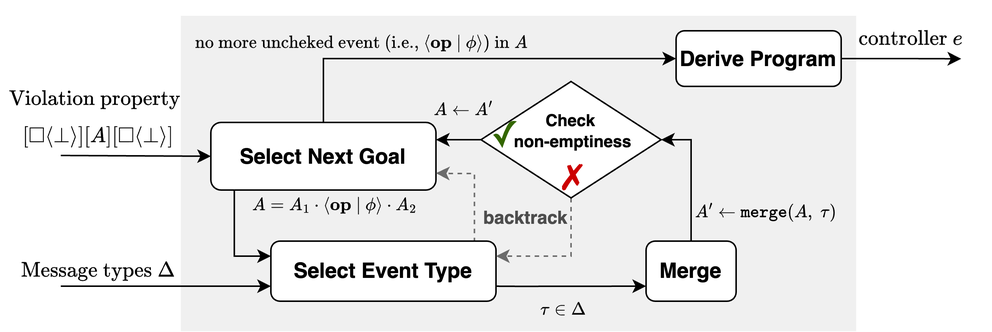
The draw.io diagram figures/intuition-plan-syn.drawio.png in zhezhouzz/PLDI25-HAT-Planing, before a commit. Source tidied: cells renumbered, new cells last; positions are measured from the earlier drawing's top-left corner, leaving out a move shared by most shapes.
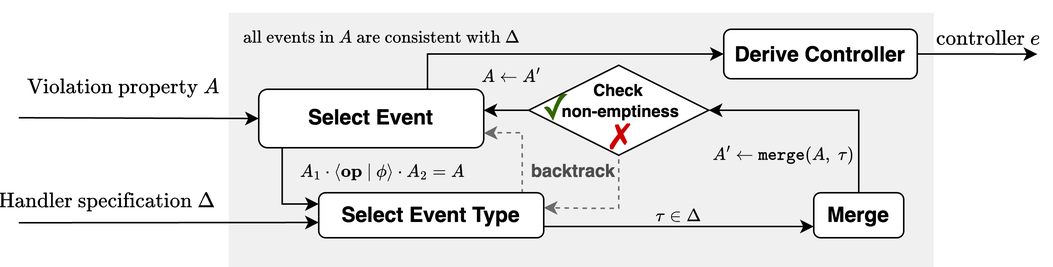
The same diagram one commit later.

Change to the diagram source:
```diff
@@ -3,107 +3,107 @@
     <mxCell id="0" />
     <mxCell id="1" parent="0" />
     <mxCell id="2" style="rounded=0;whiteSpace=wrap;html=1;strokeColor=none;fillColor=#F0F0F0;" parent="1" vertex="1">
-      <mxGeometry x="120" y="10" width="450" height="210" as="geometry" />
+      <mxGeometry x="111" y="30" width="470" height="170" as="geometry" />
     </mxCell>
-    <mxCell id="3" value="$$ [\square\langle\bot\rangle][A][\square\langle\bot\rangle]$$" style="text;html=1;align=center;verticalAlign=middle;whiteSpace=wrap;rounded=0;" parent="1" vertex="1">
-      <mxGeometry y="75" width="130" height="30" as="geometry" />
-    </mxCell>
     <mxCell id="4" value="$$\tau \in \Delta$$" style="text;html=1;align=center;verticalAlign=middle;whiteSpace=wrap;rounded=0;fontSize=10;" parent="1" vertex="1">
-      <mxGeometry x="295" y="190" width="160" height="30" as="geometry" />
+      <mxGeometry x="331" y="150" width="160" height="30" as="geometry" />
     </mxCell>
-    <mxCell id="5" value="$$A = A_1 \cdot \langle \mathbf{op} ~|~ \phi \rangle&amp;nbsp;\cdot A_2$$" style="text;html=1;align=center;verticalAlign=middle;whiteSpace=wrap;rounded=0;fontSize=10;" parent="1" vertex="1">
-      <mxGeometry x="170" y="121" width="105" height="30" as="geometry" />
+    <mxCell id="5" value="$$A_1 \cdot \langle \mathbf{op} ~|~ \phi \rangle&amp;nbsp;\cdot A_2 = A$$" style="text;html=1;align=center;verticalAlign=middle;whiteSpace=wrap;rounded=0;fontSize=10;" parent="1" vertex="1">
+      <mxGeometry x="161" y="121" width="105" height="30" as="geometry" />
     </mxCell>
     <mxCell id="6" style="edgeStyle=orthogonalEdgeStyle;rounded=0;jettySize=auto;html=1;exitX=0.104;exitY=0.97;exitDx=0;exitDy=0;entryX=0;entryY=0.25;entryDx=0;entryDy=0;exitPerimeter=0;" parent="1" edge="1" source="8" target="11">
       <mxGeometry relative="1" as="geometry" />
     </mxCell>
-    <mxCell id="7" style="edgeStyle=orthogonalEdgeStyle;rounded=0;jettySize=auto;html=1;exitX=0.5;exitY=0;exitDx=0;exitDy=0;entryX=0;entryY=0.5;entryDx=0;entryDy=0;" parent="1" edge="1" source="8" target="22">
+    <mxCell id="7" style="edgeStyle=orthogonalEdgeStyle;rounded=0;jettySize=auto;html=1;exitX=0.75;exitY=0;exitDx=0;exitDy=0;entryX=0;entryY=0.5;entryDx=0;entryDy=0;" parent="1" edge="1" source="8" target="22">
       <mxGeometry relative="1" as="geometry" />
     </mxCell>
-    <mxCell id="8" value="&lt;b&gt;&lt;font style=&quot;font-size: 14px;&quot;&gt;Select Next Goal&lt;/font&gt;&lt;/b&gt;" style="rounded=1;whiteSpace=wrap;html=1;" parent="1" vertex="1">
-      <mxGeometry x="140" y="81" width="150" height="45" as="geometry" />
+    <mxCell id="8" value="&lt;b&gt;&lt;font style=&quot;font-size: 14px;&quot;&gt;Select Event&lt;/font&gt;&lt;/b&gt;" style="rounded=1;whiteSpace=wrap;html=1;" parent="1" vertex="1">
+      <mxGeometry x="131" y="81" width="150" height="39" as="geometry" />
     </mxCell>
-    <mxCell id="9" style="edgeStyle=orthogonalEdgeStyle;rounded=0;jettySize=auto;html=1;exitX=1;exitY=0.5;exitDx=0;exitDy=0;entryX=0;entryY=0.75;entryDx=0;entryDy=0;" parent="1" edge="1" target="13">
-      <mxGeometry relative="1" as="geometry">
-        <mxPoint x="260" y="189.6" as="sourcePoint" />
-      </mxGeometry>
+    <mxCell id="9" style="edgeStyle=orthogonalEdgeStyle;rounded=0;jettySize=auto;html=1;exitX=1;exitY=0.75;exitDx=0;exitDy=0;entryX=0;entryY=0.75;entryDx=0;entryDy=0;" parent="1" edge="1" source="11" target="13">
+      <mxGeometry relative="1" as="geometry" />
     </mxCell>
     <mxCell id="10" style="edgeStyle=orthogonalEdgeStyle;rounded=0;jettySize=auto;html=1;exitX=0.904;exitY=0.019;exitDx=0;exitDy=0;entryX=1;entryY=0.75;entryDx=0;entryDy=0;dashed=1;exitPerimeter=0;strokeColor=#6b6b6b;" parent="1" edge="1" source="11" target="8">
       <mxGeometry relative="1" as="geometry">
         <Array as="points">
-          <mxPoint x="316" y="115" />
-          <mxPoint x="301" y="115" />
+          <mxPoint x="307" y="110" />
+          <mxPoint x="292" y="110" />
         </Array>
       </mxGeometry>
     </mxCell>
     <mxCell id="11" value="&lt;b&gt;&lt;font style=&quot;font-size: 14px;&quot;&gt;Select Event Type&lt;/font&gt;&lt;/b&gt;" style="rounded=1;whiteSpace=wrap;html=1;" parent="1" vertex="1">
-      <mxGeometry x="180" y="160" width="150" height="40" as="geometry" />
+      <mxGeometry x="171" y="150" width="150" height="30" as="geometry" />
     </mxCell>
     <mxCell id="12" style="edgeStyle=orthogonalEdgeStyle;rounded=0;jettySize=auto;html=1;exitX=0.5;exitY=0;exitDx=0;exitDy=0;entryX=1;entryY=0.5;entryDx=0;entryDy=0;" parent="1" edge="1" source="13" target="16">
       <mxGeometry relative="1" as="geometry" />
     </mxCell>
     <mxCell id="13" value="&lt;b&gt;&lt;font style=&quot;font-size: 14px;&quot;&gt;Merge&lt;/font&gt;&lt;/b&gt;" style="rounded=1;whiteSpace=wrap;html=1;" parent="1" vertex="1">
-      <mxGeometry x="430" y="160" width="60" height="40" as="geometry" />
+      <mxGeometry x="501" y="150" width="60" height="30" as="geometry" />
     </mxCell>
-    <mxCell id="14" style="edgeStyle=orthogonalEdgeStyle;rounded=0;jettySize=auto;html=1;exitX=0;exitY=0.5;exitDx=0;exitDy=0;entryX=1;entryY=0.25;entryDx=0;entryDy=0;" parent="1" edge="1" source="16" target="8">
-      <mxGeometry relative="1" as="geometry" />
-    </mxCell>
-    <mxCell id="15" style="edgeStyle=orthogonalEdgeStyle;rounded=0;jettySize=auto;html=1;exitX=0.5;exitY=1;exitDx=0;exitDy=0;entryX=1;entryY=0.25;entryDx=0;entryDy=0;dashed=1;strokeColor=#6b6b6b;" parent="1" edge="1" source="16" target="11">
+    <mxCell id="15" style="edgeStyle=orthogonalEdgeStyle;rounded=0;orthogonalLoop=1;jettySize=auto;html=1;exitX=0.5;exitY=1;exitDx=0;exitDy=0;dashed=1;strokeColor=#6b6b6b;" parent="1" edge="1">
       <mxGeometry relative="1" as="geometry">
+        <mxPoint x="371" y="121.6" as="sourcePoint" />
+        <mxPoint x="321" y="160" as="targetPoint" />
         <Array as="points">
-          <mxPoint x="365" y="170" />
-          <mxPoint x="260" y="170" />
+          <mxPoint x="356" y="160.4" />
+          <mxPoint x="251" y="160.4" />
         </Array>
       </mxGeometry>
     </mxCell>
     <mxCell id="16" value="&lt;b style=&quot;font-size: 11px;&quot;&gt;&lt;font style=&quot;font-size: 11px;&quot;&gt;&amp;nbsp;Check&amp;nbsp;&lt;/font&gt;&lt;/b&gt;&lt;div style=&quot;font-size: 11px;&quot;&gt;&lt;b&gt;&lt;font style=&quot;font-size: 11px;&quot;&gt;&amp;nbsp;non-emptiness&lt;/font&gt;&lt;/b&gt;&lt;/div&gt;&lt;div style=&quot;font-size: 11px;&quot;&gt;&lt;b&gt;&lt;br&gt;&lt;/b&gt;&lt;/div&gt;" style="rhombus;whiteSpace=wrap;html=1;" parent="1" vertex="1">
-      <mxGeometry x="320" y="53.8" width="120" height="77.5" as="geometry" />
+      <mxGeometry x="311" y="65" width="120" height="60" as="geometry" />
     </mxCell>
     <mxCell id="17" value="&lt;font color=&quot;#4d4d4d&quot;&gt;&lt;b&gt;backtrack&lt;/b&gt;&lt;/font&gt;" style="text;html=1;align=center;verticalAlign=middle;whiteSpace=wrap;rounded=0;strokeColor=none;" parent="1" vertex="1">
-      <mxGeometry x="320" y="130" width="60" height="30" as="geometry" />
+      <mxGeometry x="311" y="121" width="60" height="30" as="geometry" />
     </mxCell>
     <mxCell id="18" style="endArrow=classic;html=1;rounded=0;entryX=0;entryY=0.5;entryDx=0;entryDy=0;" parent="1" edge="1" target="8">
       <mxGeometry relative="1" as="geometry">
-        <mxPoint x="40" y="103" as="sourcePoint" />
+        <mxPoint x="-29" y="100" as="sourcePoint" />
       </mxGeometry>
     </mxCell>
     <mxCell id="19" style="endArrow=classic;html=1;rounded=0;" parent="1" edge="1">
       <mxGeometry relative="1" as="geometry">
-        <mxPoint x="40" y="190" as="sourcePoint" />
-        <mxPoint x="180" y="190" as="targetPoint" />
+        <mxPoint x="-29" y="170" as="sourcePoint" />
+        <mxPoint x="171" y="169.8" as="targetPoint" />
       </mxGeometry>
     </mxCell>
-    <mxCell id="20" value="&lt;span style=&quot;color: rgb(0, 0, 0); font-family: Helvetica; font-style: normal; font-variant-ligatures: normal; font-variant-caps: normal; font-weight: 400; letter-spacing: normal; orphans: 2; text-align: center; text-indent: 0px; text-transform: none; widows: 2; word-spacing: 0px; -webkit-text-stroke-width: 0px; white-space: normal; background-color: rgb(251, 251, 251); text-decoration-thickness: initial; text-decoration-style: initial; text-decoration-color: initial; float: none; display: inline !important;&quot;&gt;&lt;font style=&quot;font-size: 10px;&quot;&gt;$$\text{ no more uncheked event (i.e., $ \langle \mathbf{op} ~|~ \phi \rangle$) in}\; A $$&lt;/font&gt;&lt;/span&gt;" style="text;whiteSpace=wrap;html=1;fontSize=11;" parent="1" vertex="1">
-      <mxGeometry x="125" y="5" width="260" height="34" as="geometry" />
+    <mxCell id="20" value="&lt;span style=&quot;color: rgb(0, 0, 0); font-family: Helvetica; font-style: normal; font-variant-ligatures: normal; font-variant-caps: normal; font-weight: 400; letter-spacing: normal; orphans: 2; text-align: center; text-indent: 0px; text-transform: none; widows: 2; word-spacing: 0px; -webkit-text-stroke-width: 0px; white-space: normal; background-color: rgb(251, 251, 251); text-decoration-thickness: initial; text-decoration-style: initial; text-decoration-color: initial; float: none; display: inline !important;&quot;&gt;&lt;font style=&quot;font-size: 10px;&quot;&gt;$$\text{ all events in } A \text{ are consistent with }\Delta$$&lt;/font&gt;&lt;/span&gt;" style="text;whiteSpace=wrap;html=1;fontSize=11;" parent="1" vertex="1">
+      <mxGeometry x="116" y="23" width="260" height="34" as="geometry" />
     </mxCell>
-    <mxCell id="21" style="edgeStyle=orthogonalEdgeStyle;rounded=0;jettySize=auto;html=1;exitX=1;exitY=0.5;exitDx=0;exitDy=0;" parent="1" edge="1" source="22">
-      <mxGeometry relative="1" as="geometry">
-        <mxPoint x="640" y="38.6" as="targetPoint" />
-      </mxGeometry>
-    </mxCell>
+    <mxCell id="30" style="edgeStyle=orthogonalEdgeStyle;rounded=0;jettySize=auto;html=1;exitX=1;exitY=0.5;exitDx=0;exitDy=0;" parent="1" edge="1" source="22">
+      <mxGeometry relative="1" as="geometry">
+        <mxPoint x="650" y="57.6" as="targetPoint" />
+      </mxGeometry>
+    </mxCell>
-    <mxCell id="22" value="&lt;b&gt;&lt;font style=&quot;font-size: 14px;&quot;&gt;Derive Program&lt;/font&gt;&lt;/b&gt;" style="rounded=1;whiteSpace=wrap;html=1;" parent="1" vertex="1">
-      <mxGeometry x="450" y="20" width="110" height="37" as="geometry" />
+    <mxCell id="22" value="&lt;b&gt;&lt;font style=&quot;font-size: 14px;&quot;&gt;Derive Controller&lt;/font&gt;&lt;/b&gt;" style="rounded=1;whiteSpace=wrap;html=1;" parent="1" vertex="1">
+      <mxGeometry x="441" y="41" width="129" height="33" as="geometry" />
     </mxCell>
     <mxCell id="23" value="&lt;span style=&quot;color: rgb(0, 0, 0); font-family: Helvetica; font-style: normal; font-variant-ligatures: normal; font-variant-caps: normal; font-weight: 400; letter-spacing: normal; orphans: 2; text-align: center; text-indent: 0px; text-transform: none; widows: 2; word-spacing: 0px; -webkit-text-stroke-width: 0px; white-space: normal; background-color: rgb(251, 251, 251); text-decoration-thickness: initial; text-decoration-style: initial; text-decoration-color: initial; float: none; display: inline !important;&quot;&gt;&lt;font style=&quot;font-size: 12px;&quot;&gt;$$\text{controller } e$$&lt;/font&gt;&lt;/span&gt;" style="text;whiteSpace=wrap;html=1;" parent="1" vertex="1">
-      <mxGeometry x="570" width="70" height="30" as="geometry" />
+      <mxGeometry x="581" y="22" width="79" height="8" as="geometry" />
     </mxCell>
     <mxCell id="24" value="$$A' \leftarrow \mathtt{merge}(A,\; \tau)$$" style="text;html=1;align=center;verticalAlign=middle;whiteSpace=wrap;rounded=0;fontSize=10;" parent="1" vertex="1">
-      <mxGeometry x="440" y="126" width="140" height="30" as="geometry" />
+      <mxGeometry x="411" y="110" width="140" height="30" as="geometry" />
     </mxCell>
     <mxCell id="25" value="&lt;h1 style=&quot;box-sizing: border-box; margin: 0px 0px 40px; font-weight: 400; line-height: 56px; letter-spacing: -0.105rem; max-width: 737px; font-family: &amp;quot;Helvetica Neue&amp;quot;, &amp;quot;Vitesco W05 Roman&amp;quot;, Helvetica, Arial, sans-serif; text-align: start;&quot; id=&quot;symbol-title&quot; class=&quot;symbol-main__title&quot;&gt;&lt;span style=&quot;font-family: sans-serif;&quot;&gt;&lt;font color=&quot;#cc0000&quot; style=&quot;font-size: 24px;&quot;&gt;✗&lt;/font&gt;&lt;/span&gt;&lt;/h1&gt;" style="text;html=1;align=center;verticalAlign=middle;whiteSpace=wrap;rounded=0;" parent="1" vertex="1">
-      <mxGeometry x="362.5" y="126" width="35" height="20" as="geometry" />
+      <mxGeometry x="353.5" y="121" width="35" height="20" as="geometry" />
     </mxCell>
-    <mxCell id="26" value="&lt;span style=&quot;font-family: &amp;quot;Source Sans Pro&amp;quot;, Roboto, &amp;quot;San Francisco&amp;quot;, &amp;quot;Segoe UI&amp;quot;, sans-serif; text-wrap: wrap; font-size: 24px;&quot;&gt;&lt;font color=&quot;#336600&quot; style=&quot;font-size: 24px;&quot;&gt;✓&lt;/font&gt;&lt;/span&gt;" style="text;html=1;align=center;verticalAlign=middle;strokeColor=none;fillColor=none;fontSize=24;" parent="1" vertex="1">
-      <mxGeometry x="316" y="70" width="40" height="40" as="geometry" />
-    </mxCell>
-    <mxCell id="27" value="$$\text{Message types } \Delta$$" style="text;html=1;align=center;verticalAlign=middle;whiteSpace=wrap;rounded=0;" parent="1" vertex="1">
-      <mxGeometry x="40" y="165" width="50" height="30" as="geometry" />
+    <mxCell id="27" value="$$\text{Handler specification } \Delta $$" style="text;html=1;align=center;verticalAlign=middle;whiteSpace=wrap;rounded=0;" parent="1" vertex="1">
+      <mxGeometry x="-40" y="141" width="140" height="30" as="geometry" />
     </mxCell>
     <mxCell id="28" value="&lt;font style=&quot;font-size: 10px;&quot;&gt;$$A \leftarrow A'$$&lt;/font&gt;" style="text;html=1;align=center;verticalAlign=middle;strokeColor=none;fillColor=none;" parent="1" vertex="1">
-      <mxGeometry x="252.5" y="57" width="110" height="30" as="geometry" />
+      <mxGeometry x="243.5" y="57" width="110" height="30" as="geometry" />
     </mxCell>
-    <mxCell id="29" value="$$\text{Violation property }$$" style="text;html=1;align=center;verticalAlign=middle;whiteSpace=wrap;rounded=0;" parent="1" vertex="1">
-      <mxGeometry x="40" y="51" width="50" height="30" as="geometry" />
+    <mxCell id="29" value="$$\text{Violation property } A$$" style="text;html=1;align=center;verticalAlign=middle;whiteSpace=wrap;rounded=0;" parent="1" vertex="1">
+      <mxGeometry x="16" y="65" width="50" height="30" as="geometry" />
     </mxCell>
+    <mxCell id="14" style="edgeStyle=orthogonalEdgeStyle;rounded=0;jettySize=auto;html=1;exitX=0;exitY=0.5;exitDx=0;exitDy=0;entryX=0.999;entryY=0.371;entryDx=0;entryDy=0;entryPerimeter=0;" parent="1" edge="1" source="16" target="8">
+      <mxGeometry relative="1" as="geometry" />
+    </mxCell>
+    <mxCell id="26" value="&lt;span style=&quot;font-family: &amp;quot;Source Sans Pro&amp;quot;, Roboto, &amp;quot;San Francisco&amp;quot;, &amp;quot;Segoe UI&amp;quot;, sans-serif; text-wrap: wrap; font-size: 24px;&quot;&gt;&lt;font color=&quot;#336600&quot; style=&quot;font-size: 24px;&quot;&gt;✓&lt;/font&gt;&lt;/span&gt;" style="text;html=1;align=center;verticalAlign=middle;strokeColor=none;fillColor=none;fontSize=24;" parent="1" vertex="1">
+      <mxGeometry x="309" y="74" width="40" height="40" as="geometry" />
+    </mxCell>
+    <mxCell id="31" style="edgeStyle=orthogonalEdgeStyle;rounded=0;orthogonalLoop=1;jettySize=auto;html=1;exitX=0.5;exitY=1;exitDx=0;exitDy=0;" parent="1" edge="1" source="23" target="23">
+      <mxGeometry relative="1" as="geometry" />
+    </mxCell>
   </root>
 </mxGraphModel>
```
